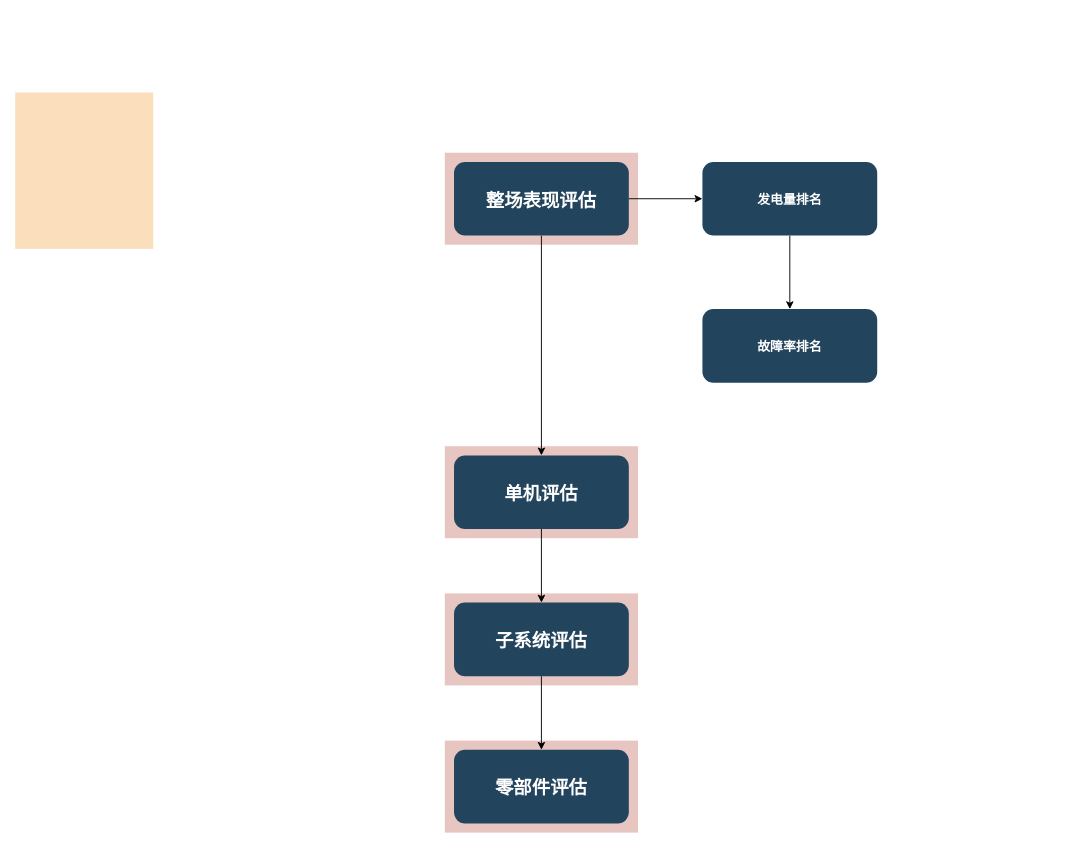
Above: soft/dataprocess/diagram/功能逻辑图.drawio in leeyongxin/wind (draw.io), before the change. Source tidied: cells renumbered, new cells numbered last; positions are measured from the earlier drawing's top-left corner, leaving out a move shared by most shapes. Both pictures are drawn from the tidied source at 92%, with x=0, y=0 at pixel (15, 92).
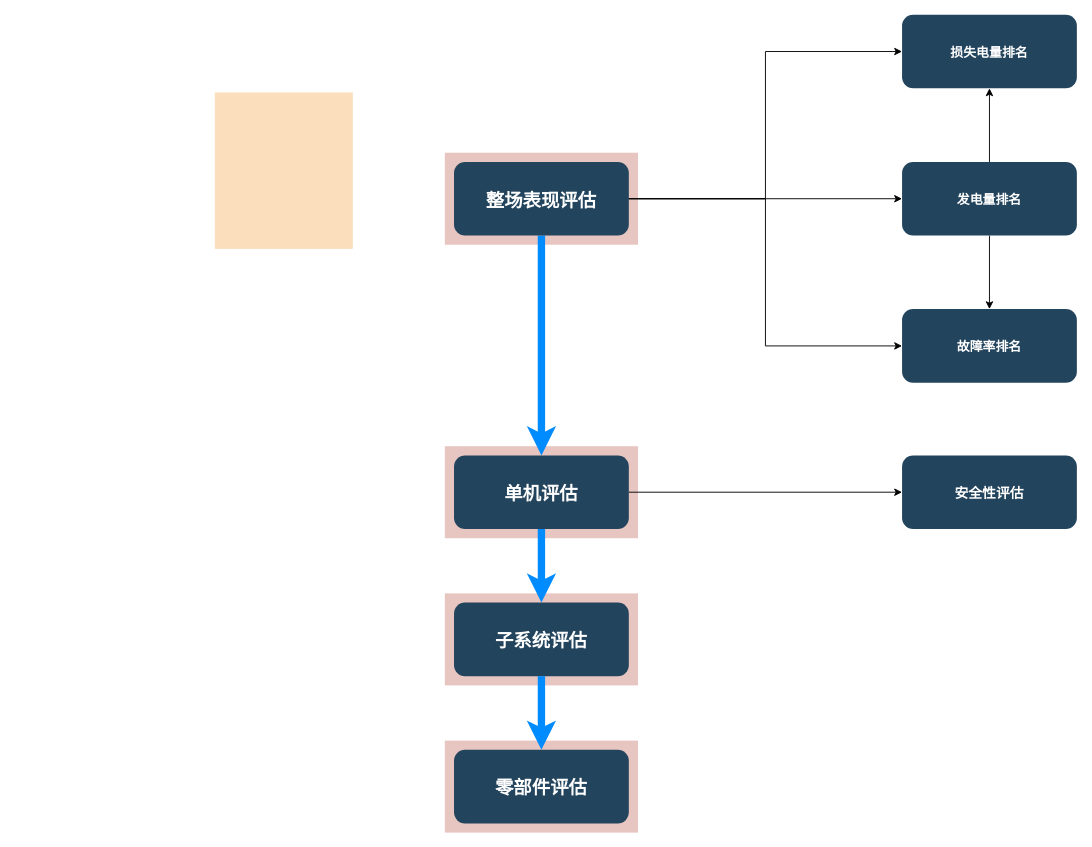
The same diagram, later.

Commit message (it also covers changes not shown here):
Update 功能逻辑图.drawio

The change refers to these unchanged cells:
```xml
<mxCell id="9" value="整场表现评估" style="rounded=1;fillColor=#23445D;gradientColor=none;strokeColor=none;fontColor=#FFFFFF;fontStyle=1;fontFamily=Tahoma;fontSize=20;" parent="1" vertex="1">
  <mxGeometry x="477" y="75.5" width="190" height="80" as="geometry" />
</mxCell>
<mxCell id="11" value="单机评估" style="rounded=1;fillColor=#23445D;gradientColor=none;strokeColor=none;fontColor=#FFFFFF;fontStyle=1;fontFamily=Tahoma;fontSize=20;" parent="1" vertex="1">
  <mxGeometry x="477" y="394.5" width="190" height="80" as="geometry" />
</mxCell>
<mxCell id="13" value="子系统评估" style="rounded=1;fillColor=#23445D;gradientColor=none;strokeColor=none;fontColor=#FFFFFF;fontStyle=1;fontFamily=Tahoma;fontSize=20;" parent="1" vertex="1">
  <mxGeometry x="477" y="554.5" width="190" height="80" as="geometry" />
</mxCell>
<mxCell id="14" value="零部件评估" style="rounded=1;fillColor=#23445D;gradientColor=none;strokeColor=none;fontColor=#FFFFFF;fontStyle=1;fontFamily=Tahoma;fontSize=20;" parent="1" vertex="1">
  <mxGeometry x="477" y="714.5" width="190" height="80" as="geometry" />
</mxCell>
```

Diff of the diagram source:
```diff
@@
     <mxCell id="6" style="fillColor=#F2931E;strokeColor=none;opacity=30;" parent="1" vertex="1">
-      <mxGeometry width="150" height="170" as="geometry" />
+      <mxGeometry x="217" width="150" height="170" as="geometry" />
     </mxCell>
@@
-    <mxCell id="8" style="edgeStyle=orthogonalEdgeStyle;rounded=0;jettySize=auto;html=1;fontSize=20;" parent="1" edge="1" source="9" target="11">
+    <mxCell id="8" style="edgeStyle=orthogonalEdgeStyle;rounded=0;jettySize=auto;html=1;fontSize=20;strokeWidth=8;strokeColor=#008CFF;" parent="1" edge="1" source="9" target="11">
       <mxGeometry relative="1" as="geometry" />
     </mxCell>
@@
-    <mxCell id="10" style="edgeStyle=orthogonalEdgeStyle;rounded=0;jettySize=auto;html=1;fontSize=20;" parent="1" edge="1" source="11" target="13">
-      <mxGeometry relative="1" as="geometry" />
-    </mxCell>
+    <mxCell id="18" style="edgeStyle=orthogonalEdgeStyle;rounded=0;jettySize=auto;html=1;fontSize=20;" parent="1" edge="1" source="11" target="19">
+      <mxGeometry relative="1" as="geometry" />
+    </mxCell>
@@
-    <mxCell id="12" style="edgeStyle=orthogonalEdgeStyle;rounded=0;jettySize=auto;html=1;fontSize=20;" parent="1" edge="1" source="13" target="14">
-      <mxGeometry relative="1" as="geometry" />
-    </mxCell>
+    <mxCell id="19" value="安全性评估" style="rounded=1;fillColor=#23445D;gradientColor=none;strokeColor=none;fontColor=#FFFFFF;fontStyle=1;fontFamily=Tahoma;fontSize=15;" parent="1" vertex="1">
+      <mxGeometry x="964" y="394.5" width="190" height="80" as="geometry" />
+    </mxCell>
@@
+    <mxCell id="20" style="edgeStyle=orthogonalEdgeStyle;rounded=0;jettySize=auto;html=1;fontSize=20;" parent="1" edge="1" source="16" target="21">
+      <mxGeometry relative="1" as="geometry" />
+    </mxCell>
     <mxCell id="16" value="发电量排名" style="rounded=1;fillColor=#23445D;gradientColor=none;strokeColor=none;fontColor=#FFFFFF;fontStyle=1;fontFamily=Tahoma;fontSize=14;" parent="1" vertex="1">
-      <mxGeometry x="747" y="75.5" width="190" height="80" as="geometry" />
+      <mxGeometry x="964" y="75.5" width="190" height="80" as="geometry" />
     </mxCell>
+    <mxCell id="21" value="损失电量排名" style="rounded=1;fillColor=#23445D;gradientColor=none;strokeColor=none;fontColor=#FFFFFF;fontStyle=1;fontFamily=Tahoma;fontSize=14;" parent="1" vertex="1">
+      <mxGeometry x="964" y="-84.5" width="190" height="80" as="geometry" />
+    </mxCell>
     <mxCell id="17" value="故障率排名" style="rounded=1;fillColor=#23445D;gradientColor=none;strokeColor=none;fontColor=#FFFFFF;fontStyle=1;fontFamily=Tahoma;fontSize=14;" parent="1" vertex="1">
-      <mxGeometry x="747" y="235.5" width="190" height="80" as="geometry" />
+      <mxGeometry x="964" y="235.5" width="190" height="80" as="geometry" />
     </mxCell>
+    <mxCell id="10" style="edgeStyle=orthogonalEdgeStyle;rounded=0;jettySize=auto;html=1;fontSize=20;strokeWidth=8;strokeColor=#008CFF;exitX=0.5;exitY=1;exitDx=0;exitDy=0;" parent="1" edge="1" source="11" target="13">
+      <mxGeometry relative="1" as="geometry" />
+    </mxCell>
+    <mxCell id="12" style="edgeStyle=orthogonalEdgeStyle;rounded=0;jettySize=auto;html=1;fontSize=20;strokeWidth=8;strokeColor=#008CFF;exitX=0.5;exitY=1;exitDx=0;exitDy=0;entryX=0.5;entryY=0;entryDx=0;entryDy=0;" parent="1" edge="1" source="13" target="14">
+      <mxGeometry relative="1" as="geometry" />
+    </mxCell>
+    <mxCell id="22" style="edgeStyle=orthogonalEdgeStyle;rounded=0;jettySize=auto;html=1;entryX=0;entryY=0.5;entryDx=0;entryDy=0;exitX=1;exitY=0.5;exitDx=0;exitDy=0;" parent="1" edge="1" source="9" target="17">
+      <mxGeometry relative="1" as="geometry" />
+    </mxCell>
+    <mxCell id="23" style="edgeStyle=orthogonalEdgeStyle;rounded=0;jettySize=auto;html=1;entryX=0;entryY=0.5;entryDx=0;entryDy=0;" parent="1" edge="1" source="9" target="21">
+      <mxGeometry relative="1" as="geometry" />
+    </mxCell>
```
